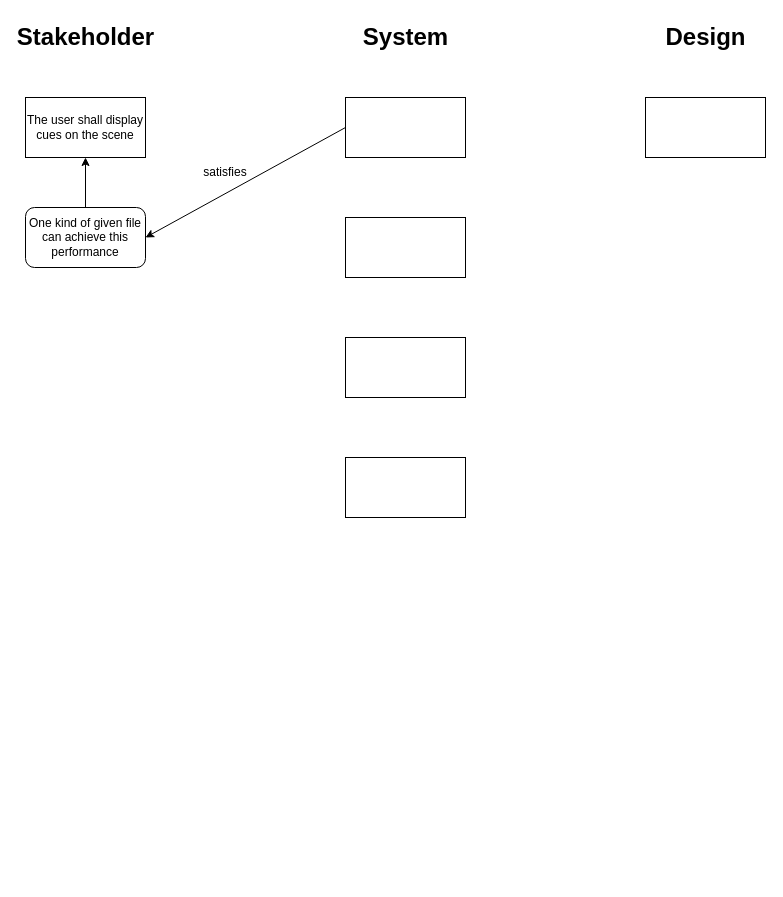
Above: docs/requirements/projectwide_requirement_tracing.drawio in rahull1616dass/VR_Cues (draw.io), before the change. Source tidied: cells renumbered, new cells numbered last; positions are measured from the earlier drawing's top-left corner, leaving out a move shared by most shapes. Both pictures are drawn from the tidied source at 100%, with x=0, y=0 at pixel (25, 17).
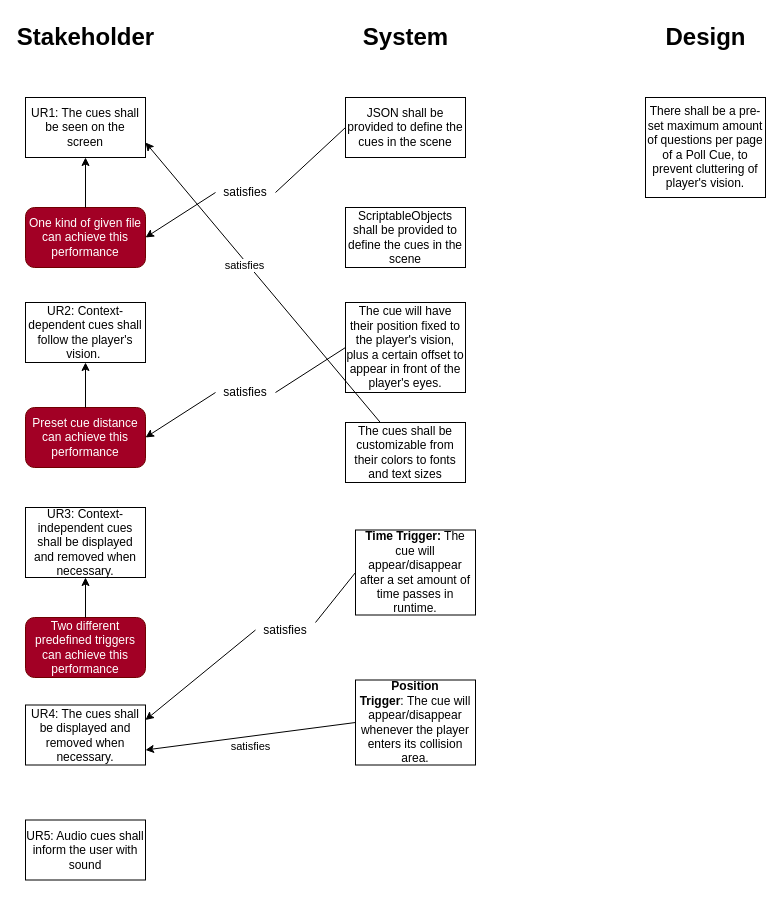
After the change.

Commit message:
Update req. diagrams

The edit, as a diff of the source:
```diff
@@
-    <mxCell id="5" value="The user shall display cues on the scene" style="rounded=0;whiteSpace=wrap;html=1;" parent="1" vertex="1">
+    <mxCell id="5" value="UR1: The cues shall be seen on the screen" style="rounded=0;whiteSpace=wrap;html=1;" parent="1" vertex="1">
       <mxGeometry y="80" width="120" height="60" as="geometry" />
     </mxCell>
-    <mxCell id="6" style="rounded=0;whiteSpace=wrap;html=1;" parent="1" vertex="1">
+    <mxCell id="6" value="JSON shall be provided to define the cues in the scene" style="rounded=0;whiteSpace=wrap;html=1;" parent="1" vertex="1">
       <mxGeometry x="320" y="80" width="120" height="60" as="geometry" />
     </mxCell>
-    <mxCell id="7" style="rounded=0;whiteSpace=wrap;html=1;" parent="1" vertex="1">
-      <mxGeometry x="620" y="80" width="120" height="60" as="geometry" />
+    <mxCell id="7" value="There shall be a pre-set maximum amount of questions per page of a Poll Cue, to prevent cluttering of player's vision." style="rounded=0;whiteSpace=wrap;html=1;" parent="1" vertex="1">
+      <mxGeometry x="620" y="80" width="120" height="100" as="geometry" />
     </mxCell>
-    <mxCell id="8" value="One kind of given file can achieve this performance" style="rounded=1;whiteSpace=wrap;html=1;" parent="1" vertex="1">
+    <mxCell id="8" value="One kind of given file can achieve this performance" style="rounded=1;whiteSpace=wrap;html=1;fillColor=#a20025;fontColor=#ffffff;strokeColor=#6F0000;" parent="1" vertex="1">
       <mxGeometry y="190" width="120" height="60" as="geometry" />
     </mxCell>
@@
-    <mxCell id="10" style="endArrow=classic;html=1;exitX=0;exitY=0.5;exitDx=0;exitDy=0;entryX=1;entryY=0.5;entryDx=0;entryDy=0;" parent="1" edge="1" source="6" target="8">
+    <mxCell id="10" style="endArrow=classic;html=1;exitX=0;exitY=0.5;exitDx=0;exitDy=0;entryX=1;entryY=0.5;entryDx=0;entryDy=0;startArrow=none;" parent="1" edge="1" source="11" target="8">
       <mxGeometry relative="1" as="geometry" />
     </mxCell>
+    <mxCell id="12" value="The cue will have their position fixed to the player's vision, plus a certain offset to appear in front of the player's eyes." style="rounded=0;whiteSpace=wrap;html=1;" parent="1" vertex="1">
+      <mxGeometry x="320" y="285" width="120" height="90" as="geometry" />
+    </mxCell>
+    <mxCell id="15" style="edgeStyle=none;html=1;entryX=1;entryY=0.75;entryDx=0;entryDy=0;" parent="1" edge="1" source="13" target="5">
+      <mxGeometry relative="1" as="geometry" />
+    </mxCell>
+    <mxCell id="16" value="satisfies" style="edgeLabel;html=1;align=center;verticalAlign=middle;" parent="15" vertex="1">
+      <mxGeometry x="0.14" y="3" relative="1" as="geometry" />
+    </mxCell>
+    <mxCell id="13" value="&lt;span&gt;The cues shall be customizable from their colors to fonts and text sizes&lt;/span&gt;" style="rounded=0;whiteSpace=wrap;html=1;" parent="1" vertex="1">
+      <mxGeometry x="320" y="405" width="120" height="60" as="geometry" />
+    </mxCell>
+    <mxCell id="17" value="UR2: Context-dependent cues shall follow the player's vision.&amp;nbsp;" style="rounded=0;whiteSpace=wrap;html=1;" parent="1" vertex="1">
+      <mxGeometry y="285" width="120" height="60" as="geometry" />
+    </mxCell>
+    <mxCell id="18" value="UR3: Context-independent cues shall be displayed and removed when necessary." style="rounded=0;whiteSpace=wrap;html=1;" parent="1" vertex="1">
+      <mxGeometry y="490" width="120" height="70" as="geometry" />
+    </mxCell>
+    <mxCell id="19" value="Preset cue distance can achieve this performance" style="rounded=1;whiteSpace=wrap;html=1;fillColor=#a20025;fontColor=#ffffff;strokeColor=#6F0000;" parent="1" vertex="1">
+      <mxGeometry y="390" width="120" height="60" as="geometry" />
+    </mxCell>
+    <mxCell id="20" value="Two different predefined triggers can achieve this performance" style="rounded=1;whiteSpace=wrap;html=1;fillColor=#a20025;fontColor=#ffffff;strokeColor=#6F0000;" parent="1" vertex="1">
+      <mxGeometry y="600" width="120" height="60" as="geometry" />
+    </mxCell>
+    <mxCell id="21" style="endArrow=classic;html=1;exitX=0;exitY=0.5;exitDx=0;exitDy=0;entryX=1;entryY=0.5;entryDx=0;entryDy=0;startArrow=none;" parent="1" edge="1" source="31" target="19">
+      <mxGeometry relative="1" as="geometry" />
+    </mxCell>
+    <mxCell id="22" value="&lt;b&gt;Time Trigger:&lt;/b&gt; The cue will appear/disappear after a set amount of time passes in runtime." style="rounded=0;whiteSpace=wrap;html=1;" parent="1" vertex="1">
+      <mxGeometry x="330" y="512.5" width="120" height="85" as="geometry" />
+    </mxCell>
+    <mxCell id="23" style="endArrow=classic;html=1;entryX=0.5;entryY=1;entryDx=0;entryDy=0;exitX=0.5;exitY=0;exitDx=0;exitDy=0;" parent="1" edge="1" source="19" target="17">
+      <mxGeometry relative="1" as="geometry" />
+    </mxCell>
+    <mxCell id="24" value="&lt;b&gt;Position Trigger&lt;/b&gt;:&lt;b&gt;&amp;nbsp;&lt;/b&gt;The cue will appear/disappear whenever the player enters its collision area." style="rounded=0;whiteSpace=wrap;html=1;" parent="1" vertex="1">
+      <mxGeometry x="330" y="662.5" width="120" height="85" as="geometry" />
+    </mxCell>
+    <mxCell id="25" style="endArrow=classic;html=1;exitX=0.5;exitY=0;exitDx=0;exitDy=0;entryX=0.5;entryY=1;entryDx=0;entryDy=0;" parent="1" edge="1" source="20" target="18">
+      <mxGeometry relative="1" as="geometry" />
+    </mxCell>
+    <mxCell id="26" style="endArrow=classic;html=1;entryX=1;entryY=0.25;entryDx=0;entryDy=0;startArrow=none;exitX=0;exitY=0.5;exitDx=0;exitDy=0;" parent="1" edge="1" source="35" target="30">
+      <mxGeometry relative="1" as="geometry" />
+    </mxCell>
+    <mxCell id="27" style="endArrow=classic;html=1;entryX=1;entryY=0.75;entryDx=0;entryDy=0;exitX=0;exitY=0.5;exitDx=0;exitDy=0;" parent="1" edge="1" source="24" target="30">
+      <mxGeometry relative="1" as="geometry" />
+    </mxCell>
+    <mxCell id="28" value="satisfies" style="edgeLabel;html=1;align=center;verticalAlign=middle;" parent="27" vertex="1">
+      <mxGeometry x="0.18" relative="1" as="geometry">
+        <mxPoint x="18" y="7" as="offset" />
+      </mxGeometry>
+    </mxCell>
+    <mxCell id="29" value="ScriptableObjects shall be provided to define the cues in the scene" style="rounded=0;whiteSpace=wrap;html=1;" parent="1" vertex="1">
+      <mxGeometry x="320" y="190" width="120" height="60" as="geometry" />
+    </mxCell>
+    <mxCell id="30" value="UR4: The&amp;nbsp;cues shall be displayed and removed when necessary." style="rounded=0;whiteSpace=wrap;html=1;" parent="1" vertex="1">
+      <mxGeometry y="687.5" width="120" height="60" as="geometry" />
+    </mxCell>
+    <mxCell id="31" value="satisfies" style="text;html=1;strokeColor=none;fillColor=none;align=center;verticalAlign=middle;whiteSpace=wrap;rounded=0;" parent="1" vertex="1">
+      <mxGeometry x="190" y="360" width="60" height="30" as="geometry" />
+    </mxCell>
+    <mxCell id="32" style="endArrow=none;html=1;exitX=0;exitY=0.5;exitDx=0;exitDy=0;entryX=1;entryY=0.5;entryDx=0;entryDy=0;" parent="1" edge="1" source="12" target="31">
+      <mxGeometry relative="1" as="geometry" />
+    </mxCell>
     <mxCell id="11" value="satisfies" style="text;html=1;strokeColor=none;fillColor=none;align=center;verticalAlign=middle;whiteSpace=wrap;rounded=0;" parent="1" vertex="1">
-      <mxGeometry x="170" y="140" width="60" height="30" as="geometry" />
+      <mxGeometry x="190" y="160" width="60" height="30" as="geometry" />
     </mxCell>
-    <mxCell id="12" style="rounded=0;whiteSpace=wrap;html=1;" parent="1" vertex="1">
-      <mxGeometry x="320" y="200" width="120" height="60" as="geometry" />
-    </mxCell>
-    <mxCell id="13" style="rounded=0;whiteSpace=wrap;html=1;" parent="1" vertex="1">
-      <mxGeometry x="320" y="320" width="120" height="60" as="geometry" />
-    </mxCell>
-    <mxCell id="14" style="rounded=0;whiteSpace=wrap;html=1;" parent="1" vertex="1">
-      <mxGeometry x="320" y="440" width="120" height="60" as="geometry" />
-    </mxCell>
+    <mxCell id="33" style="endArrow=none;html=1;exitX=0;exitY=0.5;exitDx=0;exitDy=0;entryX=1;entryY=0.5;entryDx=0;entryDy=0;" parent="1" edge="1" source="6" target="11">
+      <mxGeometry relative="1" as="geometry" />
+    </mxCell>
+    <mxCell id="34" value="UR5: Audio cues shall inform the user with sound" style="rounded=0;whiteSpace=wrap;html=1;" parent="1" vertex="1">
+      <mxGeometry y="802.5" width="120" height="60" as="geometry" />
+    </mxCell>
+    <mxCell id="35" value="satisfies" style="text;html=1;strokeColor=none;fillColor=none;align=center;verticalAlign=middle;whiteSpace=wrap;rounded=0;" parent="1" vertex="1">
+      <mxGeometry x="230" y="597.5" width="60" height="30" as="geometry" />
+    </mxCell>
+    <mxCell id="36" style="endArrow=none;html=1;entryX=1;entryY=0.25;entryDx=0;entryDy=0;startArrow=none;exitX=0;exitY=0.5;exitDx=0;exitDy=0;" parent="1" edge="1" source="22" target="35">
+      <mxGeometry relative="1" as="geometry" />
+    </mxCell>
```
